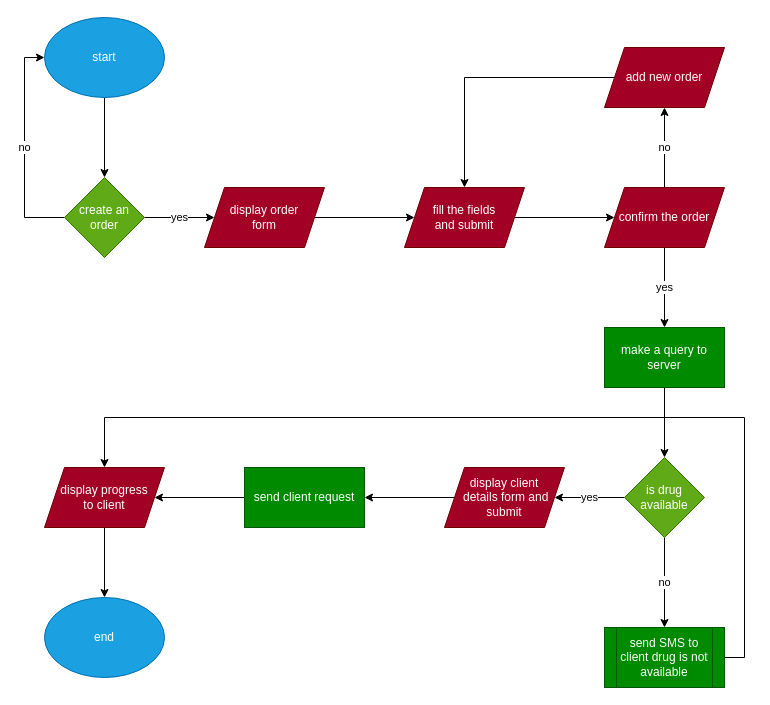
This is userFlow.drawio from seventhlegion/SE_Diagrams, a draw.io file, before an edit. Source tidied: cells renumbered, new cells numbered last; positions are measured from the earlier drawing's top-left corner, leaving out a move shared by most shapes. Both pictures are drawn from the tidied source at 100%, with x=0, y=0 at pixel (24, 17).
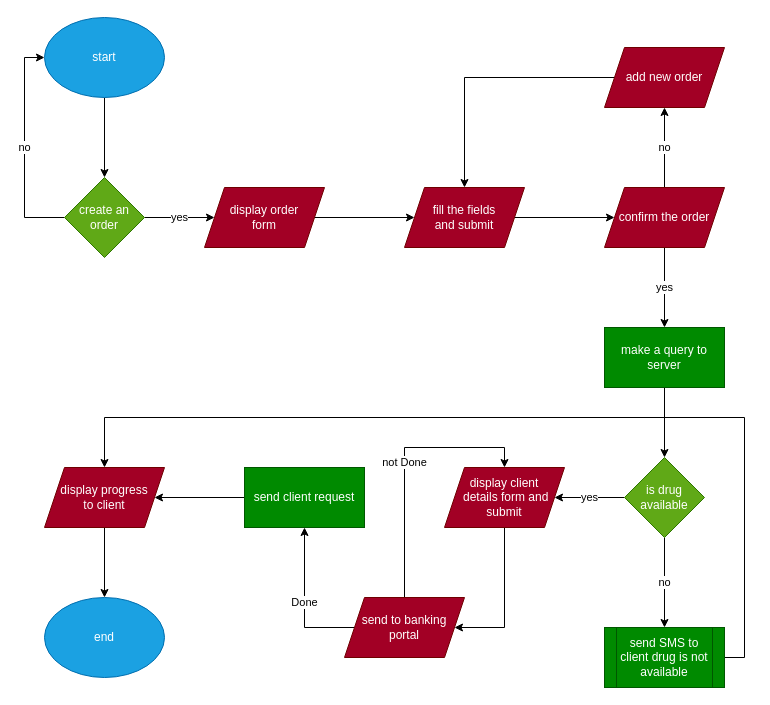
After the change.

The change refers to these unchanged cells:
```xml
<mxCell id="22" value="display client&lt;br&gt;&amp;nbsp;details form and&lt;br&gt;submit" style="shape=parallelogram;perimeter=parallelogramPerimeter;whiteSpace=wrap;html=1;fixedSize=1;fillColor=#a20025;strokeColor=#6F0000;fontColor=#ffffff;" parent="1" vertex="1">
  <mxGeometry x="420" y="450" width="120" height="60" as="geometry" />
</mxCell>
<mxCell id="26" value="send client request" style="whiteSpace=wrap;html=1;fillColor=#008a00;strokeColor=#005700;fontColor=#ffffff;" parent="1" vertex="1">
  <mxGeometry x="220" y="450" width="120" height="60" as="geometry" />
</mxCell>
```

What changed in the source:
```diff
@@
-    <mxCell id="21" style="edgeStyle=orthogonalEdgeStyle;rounded=0;jettySize=auto;html=1;" parent="1" edge="1" source="22" target="26">
-      <mxGeometry relative="1" as="geometry" />
-    </mxCell>
+    <mxCell id="30" style="edgeStyle=orthogonalEdgeStyle;rounded=0;jettySize=auto;html=1;" parent="1" edge="1" source="22" target="33">
+      <mxGeometry relative="1" as="geometry">
+        <Array as="points">
+          <mxPoint x="480" y="610" />
+        </Array>
+      </mxGeometry>
+    </mxCell>
@@
+    <mxCell id="31" value="Done" style="edgeStyle=orthogonalEdgeStyle;rounded=0;jettySize=auto;html=1;exitX=0;exitY=0.5;exitDx=0;exitDy=0;entryX=0.5;entryY=1;entryDx=0;entryDy=0;" parent="1" edge="1" source="33" target="26">
+      <mxGeometry relative="1" as="geometry">
+        <Array as="points">
+          <mxPoint x="280" y="610" />
+        </Array>
+      </mxGeometry>
+    </mxCell>
+    <mxCell id="32" value="not Done" style="edgeStyle=orthogonalEdgeStyle;rounded=0;jettySize=auto;html=1;exitX=0.5;exitY=0;exitDx=0;exitDy=0;entryX=0.5;entryY=0;entryDx=0;entryDy=0;" parent="1" edge="1" source="33" target="22">
+      <mxGeometry relative="1" as="geometry" />
+    </mxCell>
+    <mxCell id="33" value="send to banking portal" style="shape=parallelogram;perimeter=parallelogramPerimeter;whiteSpace=wrap;html=1;fixedSize=1;fillColor=#a20025;strokeColor=#6F0000;fontColor=#ffffff;" parent="1" vertex="1">
+      <mxGeometry x="320" y="580" width="120" height="60" as="geometry" />
+    </mxCell>
```
